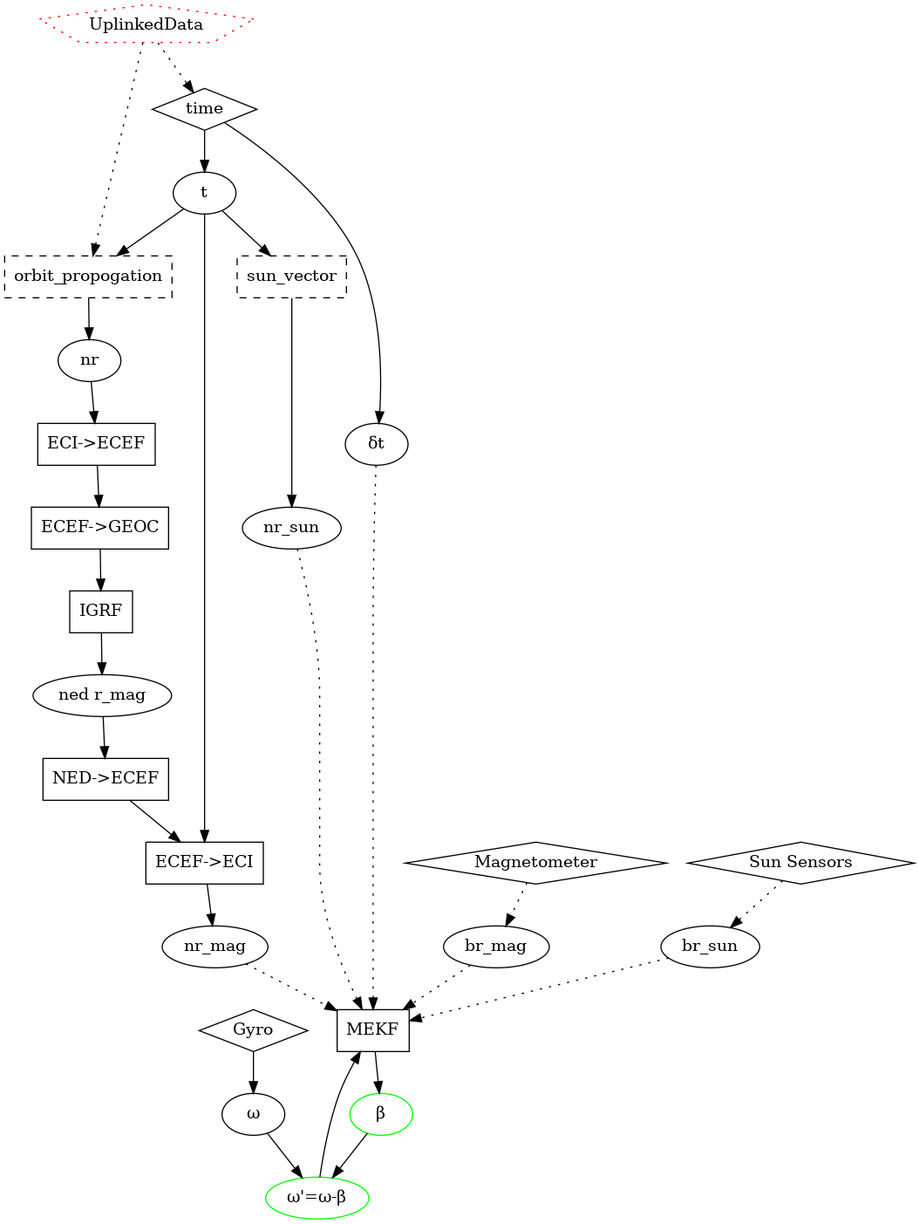
Earlier version of the Graphviz export mekfgraph.png (PyCubed-Mini/PocketQubeDocs). Its source is kept beside it as mekfgraph.dot.
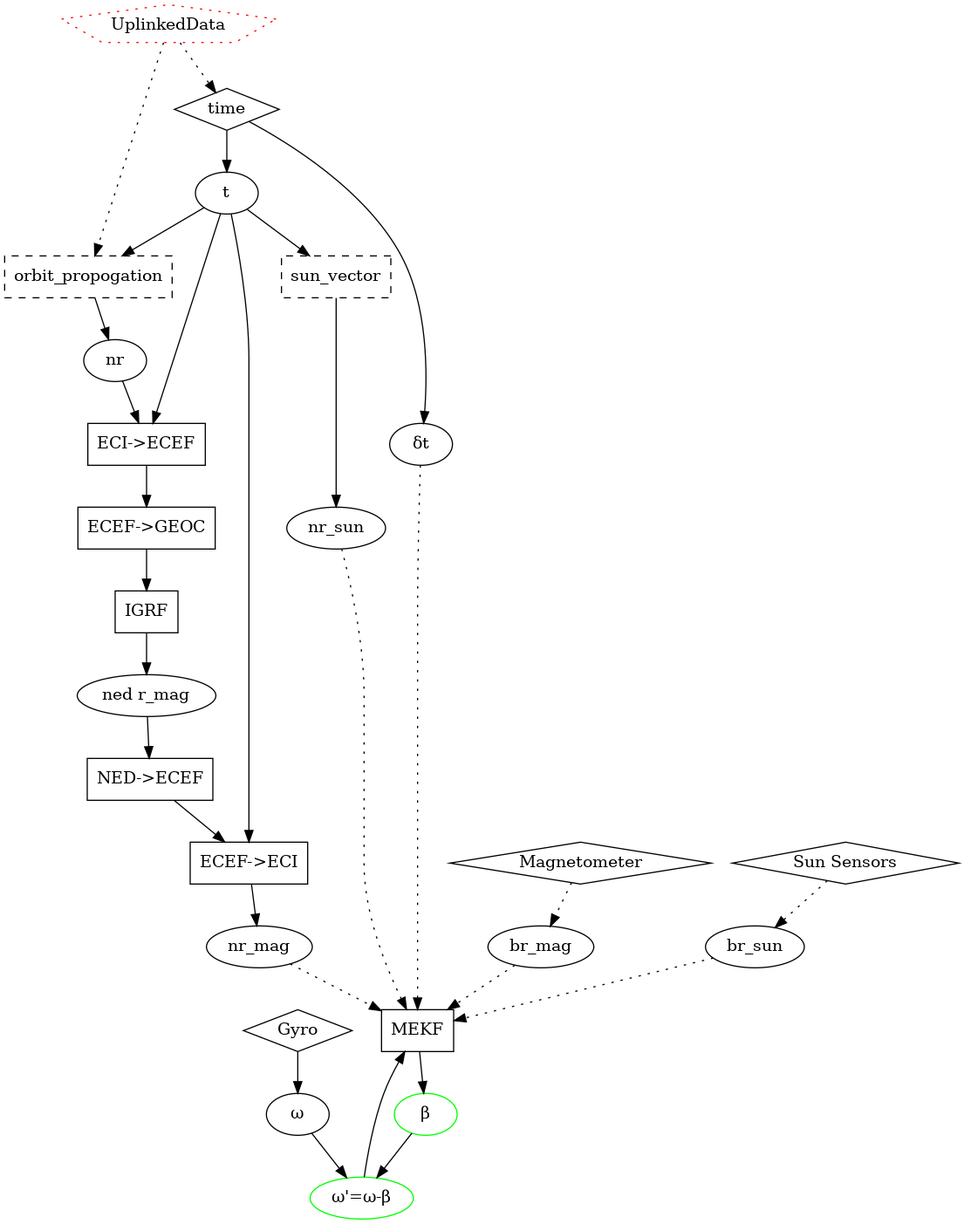
After the change.

What changed in the source:
```diff
@@ -42,6 +42,7 @@
     "ned r_mag"->"NED->ECEF"
     "NED->ECEF"->"ECEF->ECI"
     "t"->"ECEF->ECI"
+    "t"->"ECI->ECEF"
     "ECEF->ECI"->"nr_mag"
 
     "t"->"orbit_propogation"
```
